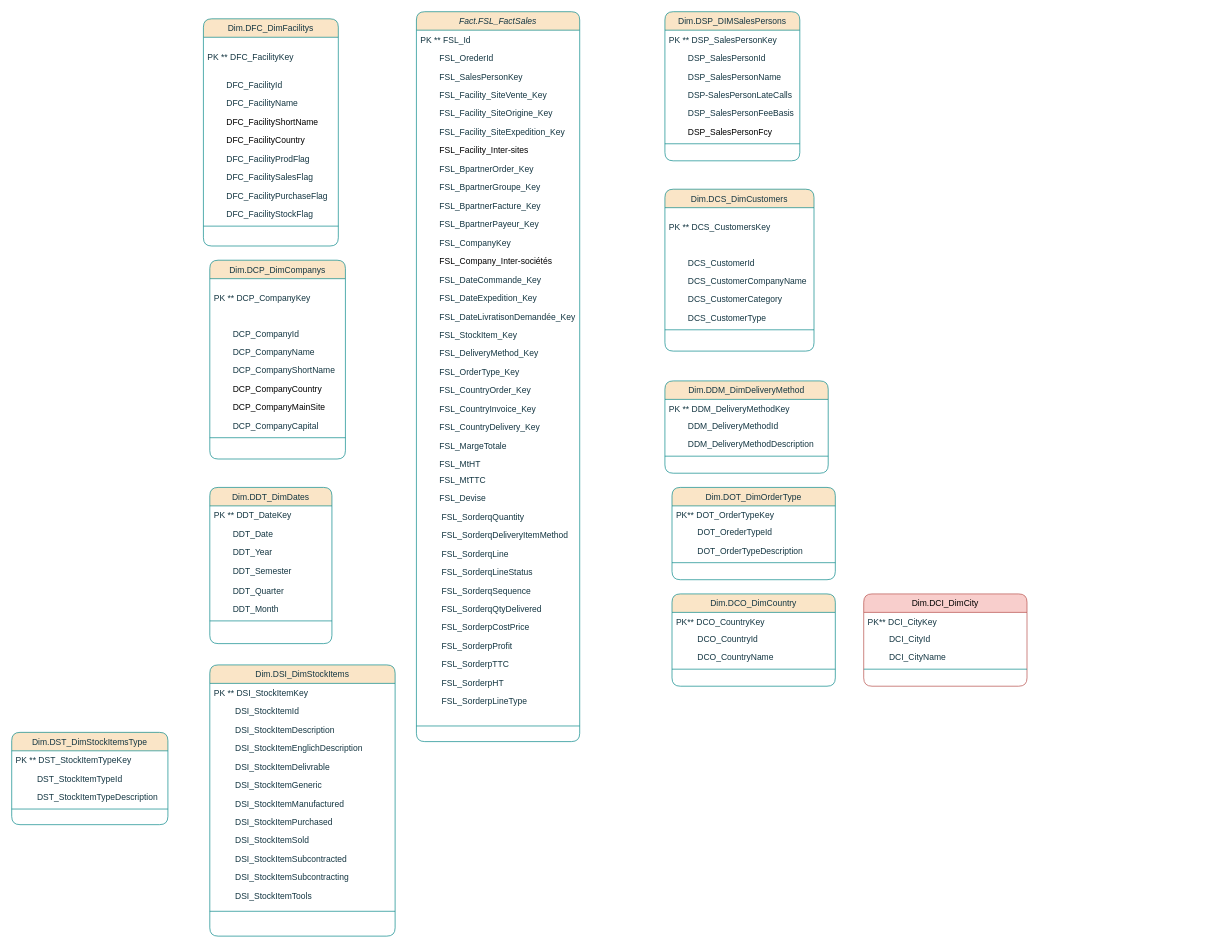
Earlier version of the draw.io diagram Diagramme de classe.drawio (BorchaniMohamed/BI_PROJECT_PFE). Source tidied: cells renumbered, new cells numbered last; positions are measured from the earlier drawing's top-left corner, leaving out a move shared by most shapes. Both pictures are drawn from the tidied source at 71%, with x=0, y=0 at pixel (11, 11).
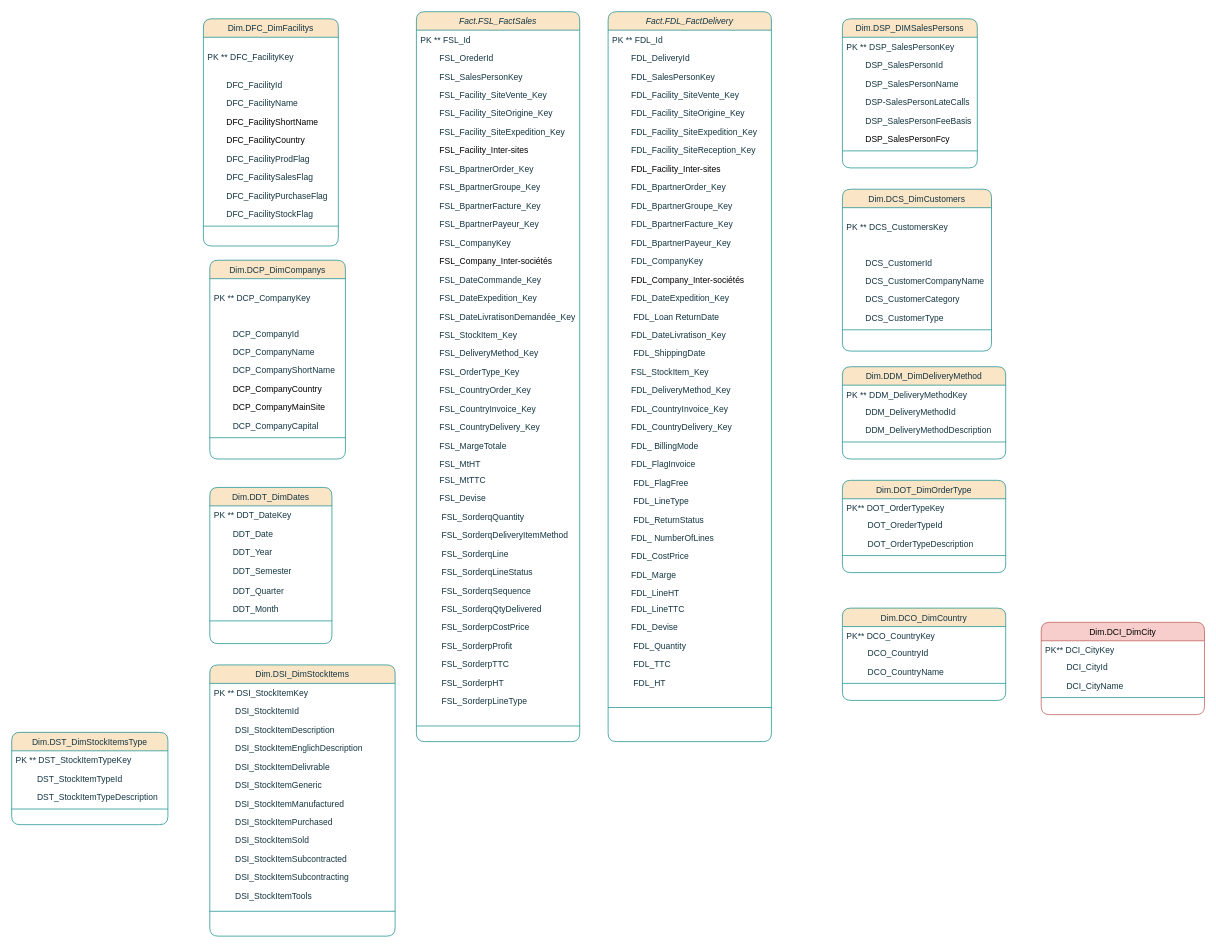
Above is the later version.

Commit message:
Mettre à jour Diagramme de classe.drawio

Diff of the diagram source:
```diff
@@
     <mxCell id="41" value="Dim.DSP_DIMSalesPersons" style="swimlane;fontStyle=0;align=center;verticalAlign=top;horizontal=1;startSize=26;rounded=1;shadow=0;strokeWidth=1;fillColor=#FAE5C7;strokeColor=#0F8B8D;labelBackgroundColor=none;fontColor=#143642;" parent="1" vertex="1">
-      <mxGeometry x="920" width="190" height="210" as="geometry" />
+      <mxGeometry x="1170" y="10" width="190" height="210" as="geometry" />
     </mxCell>
@@
     <mxCell id="60" value="Dim.DCS_DimCustomers" style="swimlane;fontStyle=0;align=center;verticalAlign=top;horizontal=1;startSize=26;rounded=1;shadow=0;strokeWidth=1;fillColor=#FAE5C7;strokeColor=#0F8B8D;labelBackgroundColor=none;fontColor=#143642;" parent="1" vertex="1">
-      <mxGeometry x="920" y="250" width="210" height="228" as="geometry" />
+      <mxGeometry x="1170" y="250" width="210" height="228" as="geometry" />
     </mxCell>
@@
     <mxCell id="84" value="Dim.DDM_DimDeliveryMethod" style="swimlane;fontStyle=0;align=center;verticalAlign=top;horizontal=1;startSize=26;rounded=1;shadow=0;strokeWidth=1;fillColor=#FAE5C7;strokeColor=#0F8B8D;labelBackgroundColor=none;fontColor=#143642;" parent="1" vertex="1">
-      <mxGeometry x="920" y="520" width="230" height="130" as="geometry" />
+      <mxGeometry x="1170" y="500" width="230" height="130" as="geometry" />
     </mxCell>
@@
     <mxCell id="89" value="Dim.DOT_DimOrderType" style="swimlane;fontStyle=0;align=center;verticalAlign=top;horizontal=1;startSize=26;rounded=1;shadow=0;strokeWidth=1;fillColor=#FAE5C7;strokeColor=#0F8B8D;labelBackgroundColor=none;fontColor=#143642;" parent="1" vertex="1">
-      <mxGeometry x="930" y="670" width="230" height="130" as="geometry" />
+      <mxGeometry x="1170" y="660" width="230" height="130" as="geometry" />
     </mxCell>
@@
     <mxCell id="113" value="Dim.DCO_DimCountry" style="swimlane;fontStyle=0;align=center;verticalAlign=top;horizontal=1;startSize=26;rounded=1;shadow=0;strokeWidth=1;fillColor=#FAE5C7;strokeColor=#0F8B8D;labelBackgroundColor=none;fontColor=#143642;" parent="1" vertex="1">
-      <mxGeometry x="930" y="820" width="230" height="130" as="geometry" />
+      <mxGeometry x="1170" y="840" width="230" height="130" as="geometry" />
     </mxCell>
@@
     <mxCell id="118" value="Dim.DCI_DimCity" style="swimlane;fontStyle=0;align=center;verticalAlign=top;horizontal=1;startSize=26;rounded=1;shadow=0;strokeWidth=1;fillColor=#f8cecc;strokeColor=#b85450;labelBackgroundColor=none;" parent="1" vertex="1">
-      <mxGeometry x="1200" y="820" width="230" height="130" as="geometry" />
+      <mxGeometry x="1450" y="860" width="230" height="130" as="geometry" />
     </mxCell>
@@
+    <mxCell id="123" value="Fact.FDL_FactDelivery" style="swimlane;fontStyle=2;align=center;verticalAlign=top;horizontal=1;startSize=26;rounded=1;shadow=0;strokeWidth=1;labelBackgroundColor=none;fillColor=#FAE5C7;strokeColor=#0F8B8D;fontColor=#143642;" parent="1" vertex="1">
+      <mxGeometry x="840" width="230" height="1028" as="geometry" />
+    </mxCell>
+    <mxCell id="124" value="PK ** FDL_Id" style="text;align=left;verticalAlign=top;spacingLeft=4;spacingRight=4;overflow=hidden;labelBackgroundColor=none;fontColor=#143642;rounded=1;" parent="123" vertex="1">
+      <mxGeometry y="26" width="230" height="26" as="geometry" />
+    </mxCell>
+    <mxCell id="125" value="        FDL_DeliveryId" style="text;align=left;verticalAlign=top;spacingLeft=4;spacingRight=4;overflow=hidden;rounded=1;shadow=0;html=0;labelBackgroundColor=none;fontColor=#143642;" parent="123" vertex="1">
+      <mxGeometry y="52" width="230" height="26" as="geometry" />
+    </mxCell>
+    <mxCell id="126" value="        FDL_SalesPersonKey" style="text;align=left;verticalAlign=top;spacingLeft=4;spacingRight=4;overflow=hidden;rounded=1;shadow=0;html=0;labelBackgroundColor=none;fontColor=#143642;" parent="123" vertex="1">
+      <mxGeometry y="78" width="230" height="26" as="geometry" />
+    </mxCell>
+    <mxCell id="127" value="        FDL_Facility_SiteVente_Key" style="text;align=left;verticalAlign=top;spacingLeft=4;spacingRight=4;overflow=hidden;rounded=1;shadow=0;html=0;labelBackgroundColor=none;fontColor=#143642;" parent="123" vertex="1">
+      <mxGeometry y="104" width="230" height="26" as="geometry" />
+    </mxCell>
+    <mxCell id="128" value="        FDL_Facility_SiteOrigine_Key" style="text;align=left;verticalAlign=top;spacingLeft=4;spacingRight=4;overflow=hidden;rounded=1;shadow=0;html=0;labelBackgroundColor=none;fontColor=#143642;" parent="123" vertex="1">
+      <mxGeometry y="130" width="230" height="26" as="geometry" />
+    </mxCell>
+    <mxCell id="129" value="        FDL_Facility_SiteExpedition_Key" style="text;align=left;verticalAlign=top;spacingLeft=4;spacingRight=4;overflow=hidden;rounded=1;shadow=0;html=0;labelBackgroundColor=none;fontColor=#143642;" parent="123" vertex="1">
+      <mxGeometry y="156" width="230" height="26" as="geometry" />
+    </mxCell>
+    <mxCell id="130" value="        FDL_Facility_SiteReception_Key" style="text;align=left;verticalAlign=top;spacingLeft=4;spacingRight=4;overflow=hidden;rounded=1;shadow=0;html=0;labelBackgroundColor=none;fontColor=#143642;" parent="123" vertex="1">
+      <mxGeometry y="182" width="230" height="26" as="geometry" />
+    </mxCell>
+    <mxCell id="131" value="        FDL_Facility_Inter-sites " style="text;align=left;verticalAlign=top;spacingLeft=4;spacingRight=4;overflow=hidden;rounded=1;shadow=0;html=0;labelBackgroundColor=none;" parent="123" vertex="1">
+      <mxGeometry y="208" width="230" height="26" as="geometry" />
+    </mxCell>
+    <mxCell id="132" value="        FDL_BpartnerOrder_Key" style="text;align=left;verticalAlign=top;spacingLeft=4;spacingRight=4;overflow=hidden;rounded=1;shadow=0;html=0;labelBackgroundColor=none;fontColor=#143642;" parent="123" vertex="1">
+      <mxGeometry y="234" width="230" height="26" as="geometry" />
+    </mxCell>
+    <mxCell id="133" value="        FDL_BpartnerGroupe_Key" style="text;align=left;verticalAlign=top;spacingLeft=4;spacingRight=4;overflow=hidden;rounded=1;shadow=0;html=0;labelBackgroundColor=none;fontColor=#143642;" parent="123" vertex="1">
+      <mxGeometry y="260" width="230" height="26" as="geometry" />
+    </mxCell>
+    <mxCell id="134" value="        FDL_BpartnerFacture_Key" style="text;align=left;verticalAlign=top;spacingLeft=4;spacingRight=4;overflow=hidden;rounded=1;shadow=0;html=0;labelBackgroundColor=none;fontColor=#143642;" parent="123" vertex="1">
+      <mxGeometry y="286" width="230" height="26" as="geometry" />
+    </mxCell>
+    <mxCell id="135" value="        FDL_BpartnerPayeur_Key" style="text;align=left;verticalAlign=top;spacingLeft=4;spacingRight=4;overflow=hidden;rounded=1;shadow=0;html=0;labelBackgroundColor=none;fontColor=#143642;" parent="123" vertex="1">
+      <mxGeometry y="312" width="230" height="26" as="geometry" />
+    </mxCell>
+    <mxCell id="136" value="        FDL_CompanyKey" style="text;align=left;verticalAlign=top;spacingLeft=4;spacingRight=4;overflow=hidden;rounded=1;shadow=0;html=0;labelBackgroundColor=none;fontColor=#143642;" parent="123" vertex="1">
+      <mxGeometry y="338" width="230" height="26" as="geometry" />
+    </mxCell>
+    <mxCell id="137" value="        FDL_Company_Inter-sociétés" style="text;align=left;verticalAlign=top;spacingLeft=4;spacingRight=4;overflow=hidden;rounded=1;shadow=0;html=0;labelBackgroundColor=none;" parent="123" vertex="1">
+      <mxGeometry y="364" width="230" height="26" as="geometry" />
+    </mxCell>
+    <mxCell id="138" value="        FDL_DateExpedition_Key" style="text;align=left;verticalAlign=top;spacingLeft=4;spacingRight=4;overflow=hidden;rounded=1;shadow=0;html=0;labelBackgroundColor=none;fontColor=#143642;" parent="123" vertex="1">
+      <mxGeometry y="390" width="230" height="26" as="geometry" />
+    </mxCell>
+    <mxCell id="139" value="         FDL_Loan ReturnDate" style="text;align=left;verticalAlign=top;spacingLeft=4;spacingRight=4;overflow=hidden;rounded=1;shadow=0;html=0;labelBackgroundColor=none;fontColor=#143642;" parent="123" vertex="1">
+      <mxGeometry y="416" width="230" height="26" as="geometry" />
+    </mxCell>
+    <mxCell id="140" value="        FDL_DateLivratison_Key" style="text;align=left;verticalAlign=top;spacingLeft=4;spacingRight=4;overflow=hidden;rounded=1;shadow=0;html=0;labelBackgroundColor=none;fontColor=#143642;" parent="123" vertex="1">
+      <mxGeometry y="442" width="230" height="26" as="geometry" />
+    </mxCell>
+    <mxCell id="141" value="         FDL_ShippingDate" style="text;align=left;verticalAlign=top;spacingLeft=4;spacingRight=4;overflow=hidden;rounded=1;shadow=0;html=0;labelBackgroundColor=none;fontColor=#143642;" parent="123" vertex="1">
+      <mxGeometry y="468" width="230" height="26" as="geometry" />
+    </mxCell>
+    <mxCell id="142" value="        FSL_StockItem_Key" style="text;align=left;verticalAlign=top;spacingLeft=4;spacingRight=4;overflow=hidden;rounded=1;shadow=0;html=0;labelBackgroundColor=none;fontColor=#143642;" parent="123" vertex="1">
+      <mxGeometry y="494" width="230" height="26" as="geometry" />
+    </mxCell>
+    <mxCell id="143" value="        FDL_DeliveryMethod_Key" style="text;align=left;verticalAlign=top;spacingLeft=4;spacingRight=4;overflow=hidden;rounded=1;shadow=0;html=0;labelBackgroundColor=none;fontColor=#143642;" parent="123" vertex="1">
+      <mxGeometry y="520" width="230" height="26" as="geometry" />
+    </mxCell>
+    <mxCell id="144" value="        FDL_CountryInvoice_Key" style="text;align=left;verticalAlign=top;spacingLeft=4;spacingRight=4;overflow=hidden;rounded=1;shadow=0;html=0;labelBackgroundColor=none;fontColor=#143642;" parent="123" vertex="1">
+      <mxGeometry y="546" width="230" height="26" as="geometry" />
+    </mxCell>
+    <mxCell id="145" value="        FDL_CountryDelivery_Key" style="text;align=left;verticalAlign=top;spacingLeft=4;spacingRight=4;overflow=hidden;rounded=1;shadow=0;html=0;labelBackgroundColor=none;fontColor=#143642;" parent="123" vertex="1">
+      <mxGeometry y="572" width="230" height="26" as="geometry" />
+    </mxCell>
+    <mxCell id="146" value="        FDL_ BillingMode" style="text;align=left;verticalAlign=top;spacingLeft=4;spacingRight=4;overflow=hidden;rounded=1;shadow=0;html=0;labelBackgroundColor=none;fontColor=#143642;" parent="123" vertex="1">
+      <mxGeometry y="598" width="230" height="26" as="geometry" />
+    </mxCell>
+    <mxCell id="147" value="        FDL_FlagInvoice" style="text;align=left;verticalAlign=top;spacingLeft=4;spacingRight=4;overflow=hidden;rounded=1;shadow=0;html=0;labelBackgroundColor=none;fontColor=#143642;" parent="123" vertex="1">
+      <mxGeometry y="624" width="230" height="26" as="geometry" />
+    </mxCell>
+    <mxCell id="148" value="         FDL_FlagFree" style="text;align=left;verticalAlign=top;spacingLeft=4;spacingRight=4;overflow=hidden;rounded=1;shadow=0;html=0;labelBackgroundColor=none;fontColor=#143642;" parent="123" vertex="1">
+      <mxGeometry y="650" width="230" height="26" as="geometry" />
+    </mxCell>
+    <mxCell id="149" value="         FDL_LineType" style="text;align=left;verticalAlign=top;spacingLeft=4;spacingRight=4;overflow=hidden;rounded=1;shadow=0;html=0;labelBackgroundColor=none;fontColor=#143642;" parent="123" vertex="1">
+      <mxGeometry y="676" width="230" height="26" as="geometry" />
+    </mxCell>
+    <mxCell id="150" value="         FDL_ReturnStatus" style="text;align=left;verticalAlign=top;spacingLeft=4;spacingRight=4;overflow=hidden;rounded=1;shadow=0;html=0;labelBackgroundColor=none;fontColor=#143642;" parent="123" vertex="1">
+      <mxGeometry y="702" width="230" height="26" as="geometry" />
+    </mxCell>
+    <mxCell id="151" value="        FDL_ NumberOfLines" style="text;align=left;verticalAlign=top;spacingLeft=4;spacingRight=4;overflow=hidden;rounded=1;shadow=0;html=0;labelBackgroundColor=none;fontColor=#143642;" parent="123" vertex="1">
+      <mxGeometry y="728" width="230" height="26" as="geometry" />
+    </mxCell>
+    <mxCell id="152" value="        FDL_CostPrice" style="text;align=left;verticalAlign=top;spacingLeft=4;spacingRight=4;overflow=hidden;rounded=1;shadow=0;html=0;labelBackgroundColor=none;fontColor=#143642;" parent="123" vertex="1">
+      <mxGeometry y="754" width="230" height="26" as="geometry" />
+    </mxCell>
+    <mxCell id="153" value="        FDL_Marge" style="text;align=left;verticalAlign=top;spacingLeft=4;spacingRight=4;overflow=hidden;rounded=1;shadow=0;html=0;labelBackgroundColor=none;fontColor=#143642;" parent="123" vertex="1">
+      <mxGeometry y="780" width="230" height="26" as="geometry" />
+    </mxCell>
+    <mxCell id="154" value="        FDL_LineHT" style="text;align=left;verticalAlign=top;spacingLeft=4;spacingRight=4;overflow=hidden;rounded=1;shadow=0;html=0;labelBackgroundColor=none;fontColor=#143642;" parent="123" vertex="1">
+      <mxGeometry y="806" width="230" height="22" as="geometry" />
+    </mxCell>
+    <mxCell id="155" value="        FDL_LineTTC" style="text;align=left;verticalAlign=top;spacingLeft=4;spacingRight=4;overflow=hidden;rounded=1;shadow=0;html=0;labelBackgroundColor=none;fontColor=#143642;" parent="123" vertex="1">
+      <mxGeometry y="828" width="230" height="26" as="geometry" />
+    </mxCell>
+    <mxCell id="156" value="        FDL_Devise" style="text;align=left;verticalAlign=top;spacingLeft=4;spacingRight=4;overflow=hidden;rounded=1;shadow=0;html=0;labelBackgroundColor=none;fontColor=#143642;" parent="123" vertex="1">
+      <mxGeometry y="854" width="230" height="26" as="geometry" />
+    </mxCell>
+    <mxCell id="157" value="         FDL_Quantity" style="text;align=left;verticalAlign=top;spacingLeft=4;spacingRight=4;overflow=hidden;rounded=1;shadow=0;html=0;labelBackgroundColor=none;fontColor=#143642;" parent="123" vertex="1">
+      <mxGeometry y="880" width="230" height="26" as="geometry" />
+    </mxCell>
+    <mxCell id="158" value="         FDL_TTC" style="text;align=left;verticalAlign=top;spacingLeft=4;spacingRight=4;overflow=hidden;rounded=1;shadow=0;html=0;labelBackgroundColor=none;fontColor=#143642;" parent="123" vertex="1">
+      <mxGeometry y="906" width="230" height="26" as="geometry" />
+    </mxCell>
+    <mxCell id="159" value="         FDL_HT" style="text;align=left;verticalAlign=top;spacingLeft=4;spacingRight=4;overflow=hidden;rounded=1;shadow=0;html=0;labelBackgroundColor=none;fontColor=#143642;" parent="123" vertex="1">
+      <mxGeometry y="932" width="230" height="26" as="geometry" />
+    </mxCell>
+    <mxCell id="160" style="line;html=1;strokeWidth=1;align=left;verticalAlign=middle;spacingTop=-1;spacingLeft=3;spacingRight=3;labelPosition=right;labelBackgroundColor=none;fillColor=#FAE5C7;strokeColor=#0F8B8D;fontColor=#143642;rounded=1;" parent="123" vertex="1">
+      <mxGeometry y="958" width="230" height="44" as="geometry" />
+    </mxCell>
```
